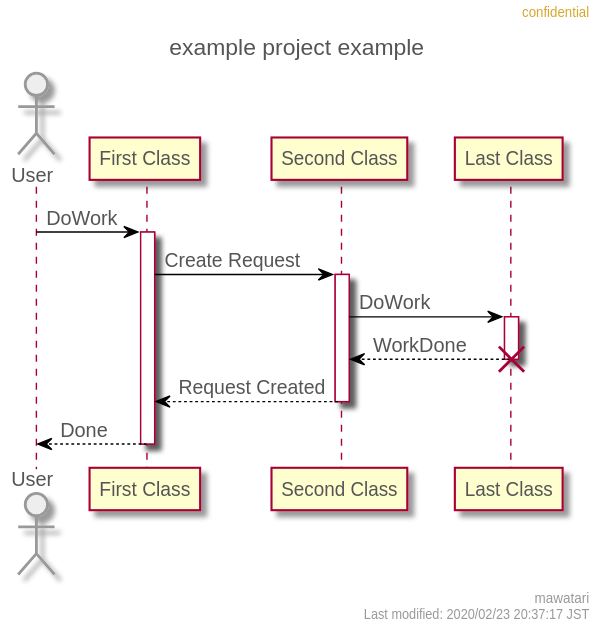
Earlier version of the PlantUML export sequence-diagram/example.svg (mawatari/example-project-uml).
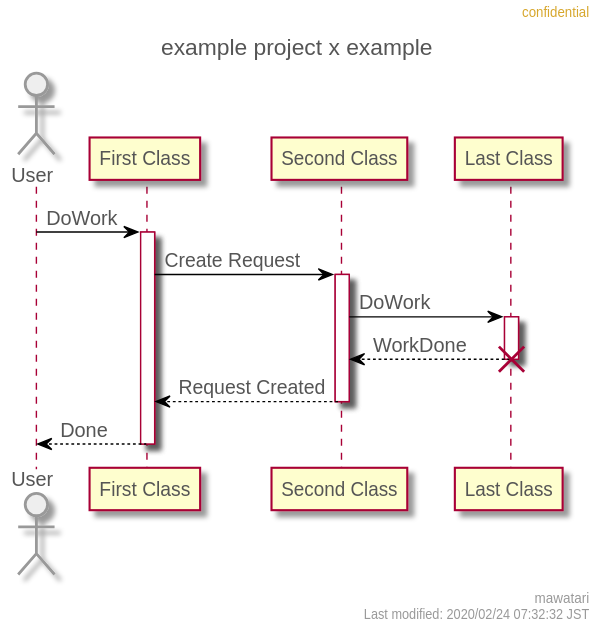
The same diagram one commit later.

What changed in the source:
```diff
@@ -43,8 +43,8 @@
   DiamondBorderColor #999999
 }
 right header confidential
-right footer mawatari\nLast modified: 2020/02/23 20:37:17 JST
-title example project example
+right footer mawatari\nLast modified: 2020/02/24 07:32:32 JST
+title example project x example
 
 actor User
 participant "First Class" as A
```
